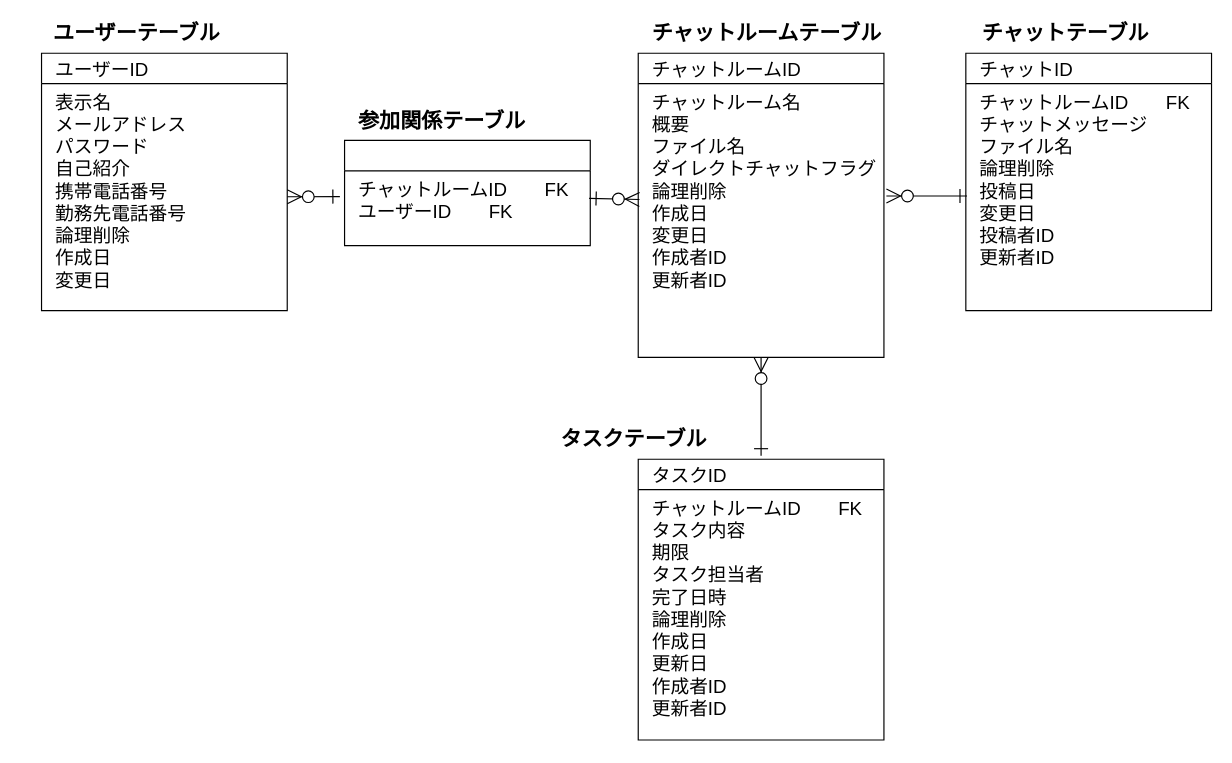
Above: db/db-challenge1/er.dio in takazumik/quelcode-db (draw.io), before the change. Source tidied: cells renumbered, new cells numbered last; positions are measured from the earlier drawing's top-left corner, leaving out a move shared by most shapes. Both pictures are drawn from the tidied source at 117%, with x=0, y=0 at pixel (41, 21).
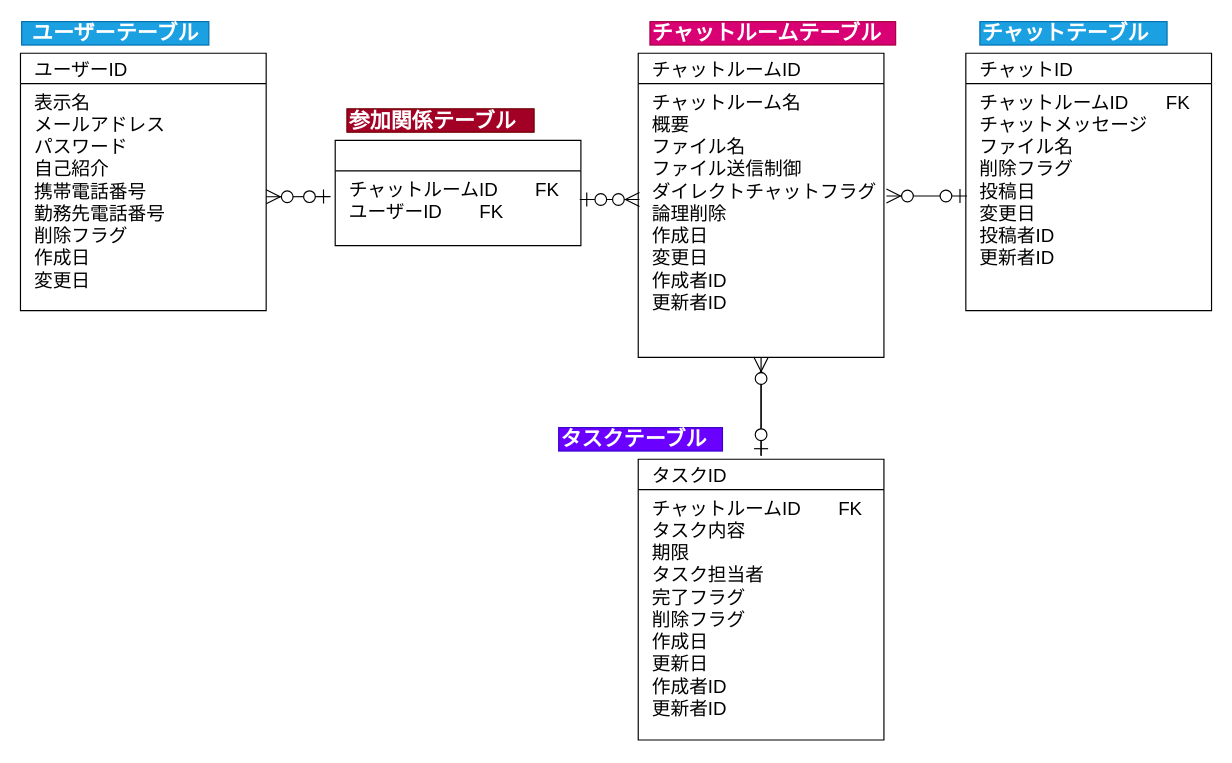
After the change.

Commit message:
参加関係テーブル等修正

The change refers to these unchanged cells:
```xml
<mxCell id="11" value="チャットルームID　　FK&#10;ユーザーID　　FK" style="text;strokeColor=none;fillColor=none;align=left;verticalAlign=top;spacingLeft=10;spacingRight=4;overflow=hidden;points=[[0,0.5],[1,0.5]];portConstraint=eastwest;fontSize=16;" parent="10" vertex="1">
  <mxGeometry y="26" width="210" height="64" as="geometry" />
</mxCell>
<mxCell id="12" value="チャットルームID" style="swimlane;fontStyle=0;horizontal=1;startSize=26;fillColor=none;align=left;perimeterSpacing=3;spacingLeft=10;fontSize=16;" parent="1" vertex="1">
  <mxGeometry x="510" y="27" width="210" height="260" as="geometry" />
</mxCell>
<mxCell id="15" value="タスクID" style="swimlane;fontStyle=0;horizontal=1;startSize=26;fillColor=none;align=left;perimeterSpacing=3;spacingLeft=10;fontSize=16;" parent="1" vertex="1">
  <mxGeometry x="510" y="374" width="210" height="240" as="geometry" />
</mxCell>
<mxCell id="17" value="チャットID" style="swimlane;fontStyle=0;horizontal=1;startSize=26;fillColor=none;align=left;perimeterSpacing=3;spacingLeft=10;fontSize=16;" parent="1" vertex="1">
  <mxGeometry x="790" y="27" width="210" height="220" as="geometry" />
</mxCell>
```

Diff of the diagram source:
```diff
@@
     <mxCell id="2" value="ユーザーID" style="swimlane;fontStyle=0;horizontal=1;startSize=26;fillColor=none;align=left;perimeterSpacing=3;spacingLeft=10;fontSize=16;" parent="1" vertex="1">
-      <mxGeometry y="27" width="210" height="220" as="geometry" />
+      <mxGeometry x="-18" y="27" width="210" height="220" as="geometry" />
     </mxCell>
-    <mxCell id="3" value="表示名&#10;メールアドレス&#10;パスワード&#10;自己紹介&#10;携帯電話番号&#10;勤務先電話番号&#10;論理削除&#10;作成日&#10;変更日&#10;" style="text;strokeColor=none;fillColor=none;align=left;verticalAlign=top;spacingLeft=10;spacingRight=4;overflow=hidden;points=[[0,0.5],[1,0.5]];portConstraint=eastwest;fontSize=16;" parent="2" vertex="1">
+    <mxCell id="3" value="表示名&#10;メールアドレス&#10;パスワード&#10;自己紹介&#10;携帯電話番号&#10;勤務先電話番号&#10;削除フラグ&#10;作成日&#10;変更日&#10;" style="text;align=left;verticalAlign=top;spacingLeft=10;spacingRight=4;overflow=hidden;points=[[0,0.5],[1,0.5]];portConstraint=eastwest;fontSize=16;" parent="2" vertex="1">
       <mxGeometry y="26" width="210" height="194" as="geometry" />
     </mxCell>
-    <mxCell id="4" value="&lt;b&gt;&lt;font style=&quot;font-size: 18px&quot;&gt;ユーザーテーブル&lt;/font&gt;&lt;/b&gt;" style="text;html=1;align=center;verticalAlign=middle;" parent="1" vertex="1">
-      <mxGeometry x="1" width="160" height="20" as="geometry" />
+    <mxCell id="4" value="&lt;b&gt;&lt;font style=&quot;font-size: 18px&quot;&gt;ユーザーテーブル&lt;/font&gt;&lt;/b&gt;" style="text;html=1;align=center;verticalAlign=middle;fillColor=#1ba1e2;strokeColor=#006EAF;fontColor=#ffffff;" parent="1" vertex="1">
+      <mxGeometry x="-17" width="160" height="20" as="geometry" />
     </mxCell>
-    <mxCell id="5" value="&lt;b&gt;&lt;font style=&quot;font-size: 18px&quot;&gt;チャットルームテーブル&lt;/font&gt;&lt;/b&gt;" style="text;html=1;align=left;verticalAlign=middle;" parent="1" vertex="1">
+    <mxCell id="5" value="&lt;b&gt;&lt;font style=&quot;font-size: 18px&quot;&gt;チャットルームテーブル&lt;/font&gt;&lt;/b&gt;" style="text;html=1;align=left;verticalAlign=middle;fillColor=#d80073;strokeColor=#A50040;fontColor=#ffffff;" parent="1" vertex="1">
       <mxGeometry x="520" width="210" height="20" as="geometry" />
     </mxCell>
-    <mxCell id="6" value="&lt;b&gt;&lt;font style=&quot;font-size: 18px&quot;&gt;チャットテーブル&lt;br&gt;&lt;/font&gt;&lt;/b&gt;" style="text;html=1;align=left;verticalAlign=middle;" parent="1" vertex="1">
+    <mxCell id="6" value="&lt;b&gt;&lt;font style=&quot;font-size: 18px&quot;&gt;チャットテーブル&lt;br&gt;&lt;/font&gt;&lt;/b&gt;" style="text;html=1;align=left;verticalAlign=middle;fillColor=#1ba1e2;strokeColor=#006EAF;fontColor=#ffffff;" parent="1" vertex="1">
       <mxGeometry x="802" width="160" height="20" as="geometry" />
     </mxCell>
-    <mxCell id="7" value="&lt;span style=&quot;font-size: 18px&quot;&gt;&lt;b&gt;参加関係テーブル&lt;/b&gt;&lt;/span&gt;" style="text;html=1;align=left;verticalAlign=middle;" parent="1" vertex="1">
-      <mxGeometry x="269" y="74.5" width="160" height="20" as="geometry" />
+    <mxCell id="7" value="&lt;span style=&quot;font-size: 18px&quot;&gt;&lt;b&gt;参加関係テーブル&lt;/b&gt;&lt;/span&gt;" style="text;html=1;align=left;verticalAlign=middle;fillColor=#a20025;strokeColor=#6F0000;fontColor=#ffffff;" parent="1" vertex="1">
+      <mxGeometry x="261" y="74.5" width="160" height="20" as="geometry" />
     </mxCell>
-    <mxCell id="8" value="&lt;b&gt;&lt;font style=&quot;font-size: 18px&quot;&gt;タスクテーブル&lt;br&gt;&lt;/font&gt;&lt;/b&gt;" style="text;html=1;align=left;verticalAlign=middle;" parent="1" vertex="1">
+    <mxCell id="8" value="&lt;b&gt;&lt;font style=&quot;font-size: 18px&quot;&gt;タスクテーブル&lt;br&gt;&lt;/font&gt;&lt;/b&gt;" style="text;html=1;align=left;verticalAlign=middle;fillColor=#6a00ff;strokeColor=#3700CC;fontColor=#ffffff;" parent="1" vertex="1">
       <mxGeometry x="442" y="347" width="140" height="20" as="geometry" />
     </mxCell>
-    <mxCell id="9" style="rounded=0;jettySize=auto;html=1;entryX=-0.019;entryY=0.344;entryDx=0;entryDy=0;entryPerimeter=0;startArrow=ERzeroToMany;startFill=1;endArrow=ERone;endFill=0;endSize=10;startSize=10;" parent="1" edge="1" source="3" target="11">
+    <mxCell id="9" style="rounded=0;jettySize=auto;html=1;entryX=-0.019;entryY=0.344;entryDx=0;entryDy=0;entryPerimeter=0;startArrow=ERzeroToMany;startFill=1;endArrow=ERzeroToOne;endFill=1;endSize=10;startSize=10;" parent="1" edge="1" source="3" target="11">
       <mxGeometry relative="1" as="geometry" />
     </mxCell>
     <mxCell id="10" style="swimlane;fontStyle=0;horizontal=1;startSize=26;fillColor=none;align=left;perimeterSpacing=3;spacingLeft=10;fontSize=16;" parent="1" vertex="1">
-      <mxGeometry x="259" y="101.5" width="210" height="90" as="geometry" />
+      <mxGeometry x="251" y="101.5" width="210" height="90" as="geometry" />
     </mxCell>
@@
-    <mxCell id="13" value="チャットルーム名&#10;概要&#10;ファイル名&#10;ダイレクトチャットフラグ&#10;論理削除&#10;作成日&#10;変更日&#10;作成者ID&#10;更新者ID&#10;" style="text;strokeColor=none;fillColor=none;align=left;verticalAlign=top;spacingLeft=10;spacingRight=4;overflow=hidden;points=[[0,0.5],[1,0.5]];portConstraint=eastwest;fontSize=16;" parent="12" vertex="1">
+    <mxCell id="13" value="チャットルーム名&#10;概要&#10;ファイル名&#10;ファイル送信制御&#10;ダイレクトチャットフラグ&#10;論理削除&#10;作成日&#10;変更日&#10;作成者ID&#10;更新者ID&#10;" style="text;strokeColor=none;fillColor=none;align=left;verticalAlign=top;spacingLeft=10;spacingRight=4;overflow=hidden;points=[[0,0.5],[1,0.5]];portConstraint=eastwest;fontSize=16;" parent="12" vertex="1">
       <mxGeometry y="26" width="210" height="234" as="geometry" />
     </mxCell>
-    <mxCell id="14" style="rounded=0;jettySize=auto;html=1;startArrow=ERone;startFill=0;endArrow=ERzeroToMany;endFill=1;exitX=0.995;exitY=0.32;exitDx=0;exitDy=0;exitPerimeter=0;entryX=0.005;entryY=0.423;entryDx=0;entryDy=0;entryPerimeter=0;endSize=10;startSize=10;" parent="1" edge="1" target="13">
+    <mxCell id="14" style="rounded=0;jettySize=auto;html=1;startArrow=ERzeroToOne;startFill=1;endArrow=ERzeroToMany;endFill=1;entryX=0.005;entryY=0.423;entryDx=0;entryDy=0;entryPerimeter=0;endSize=10;startSize=10;" parent="1" edge="1" target="13">
       <mxGeometry relative="1" as="geometry">
-        <mxPoint x="468" y="151" as="sourcePoint" />
+        <mxPoint x="460" y="152" as="sourcePoint" />
       </mxGeometry>
     </mxCell>
+    <mxCell id="21" style="edgeStyle=orthogonalEdgeStyle;rounded=0;jettySize=auto;html=1;" parent="1" edge="1" source="15">
+      <mxGeometry relative="1" as="geometry">
+        <mxPoint x="615" y="297" as="targetPoint" />
+      </mxGeometry>
+    </mxCell>
@@
-    <mxCell id="16" value="チャットルームID　　FK&#10;タスク内容&#10;期限&#10;タスク担当者&#10;完了日時&#10;論理削除&#10;作成日&#10;更新日&#10;作成者ID&#10;更新者ID" style="text;strokeColor=none;fillColor=none;align=left;verticalAlign=top;spacingLeft=10;spacingRight=4;overflow=hidden;fontSize=16;" parent="15" vertex="1">
+    <mxCell id="16" value="チャットルームID　　FK&#10;タスク内容&#10;期限&#10;タスク担当者&#10;完了フラグ&#10;削除フラグ&#10;作成日&#10;更新日&#10;作成者ID&#10;更新者ID" style="text;strokeColor=none;fillColor=none;align=left;verticalAlign=top;spacingLeft=10;spacingRight=4;overflow=hidden;fontSize=16;" parent="15" vertex="1">
       <mxGeometry y="26" width="210" height="214" as="geometry" />
     </mxCell>
@@
-    <mxCell id="18" value="チャットルームID　　FK&#10;チャットメッセージ&#10;ファイル名&#10;論理削除&#10;投稿日&#10;変更日&#10;投稿者ID&#10;更新者ID" style="text;strokeColor=none;fillColor=none;align=left;verticalAlign=top;spacingLeft=10;spacingRight=4;overflow=hidden;fontSize=16;" parent="17" vertex="1">
+    <mxCell id="18" value="チャットルームID　　FK&#10;チャットメッセージ&#10;ファイル名&#10;削除フラグ&#10;投稿日&#10;変更日&#10;投稿者ID&#10;更新者ID" style="text;strokeColor=none;fillColor=none;align=left;verticalAlign=top;spacingLeft=10;spacingRight=4;overflow=hidden;fontSize=16;" parent="17" vertex="1">
       <mxGeometry y="26" width="210" height="194" as="geometry" />
     </mxCell>
-    <mxCell id="19" style="edgeStyle=none;rounded=0;jettySize=auto;html=1;entryX=0.5;entryY=0;entryDx=0;entryDy=0;startArrow=ERzeroToMany;startFill=1;startSize=10;endArrow=ERone;endFill=0;endSize=10;" parent="1" edge="1" source="13" target="15">
+    <mxCell id="19" style="edgeStyle=none;rounded=0;jettySize=auto;html=1;entryX=0.5;entryY=0;entryDx=0;entryDy=0;startArrow=ERzeroToMany;startFill=1;startSize=10;endArrow=ERzeroToOne;endFill=1;endSize=10;" parent="1" edge="1" source="13" target="15">
       <mxGeometry relative="1" as="geometry" />
     </mxCell>
-    <mxCell id="20" style="edgeStyle=none;rounded=0;orthogonalLoop=1;jettySize=auto;html=1;entryX=1.01;entryY=0.466;entryDx=0;entryDy=0;entryPerimeter=0;startArrow=ERone;startFill=0;startSize=10;endArrow=ERzeroToMany;endFill=1;endSize=10;exitX=0.005;exitY=0.562;exitDx=0;exitDy=0;exitPerimeter=0;" parent="1" edge="1">
+    <mxCell id="20" style="edgeStyle=none;rounded=0;orthogonalLoop=1;jettySize=auto;html=1;entryX=1.01;entryY=0.466;entryDx=0;entryDy=0;entryPerimeter=0;startArrow=ERzeroToOne;startFill=1;startSize=10;endArrow=ERzeroToMany;endFill=1;endSize=10;exitX=0.005;exitY=0.562;exitDx=0;exitDy=0;exitPerimeter=0;" parent="1" edge="1">
       <mxGeometry relative="1" as="geometry">
         <mxPoint x="791" y="149" as="sourcePoint" />
         <mxPoint x="722.1" y="149" as="targetPoint" />
       </mxGeometry>
     </mxCell>
```
